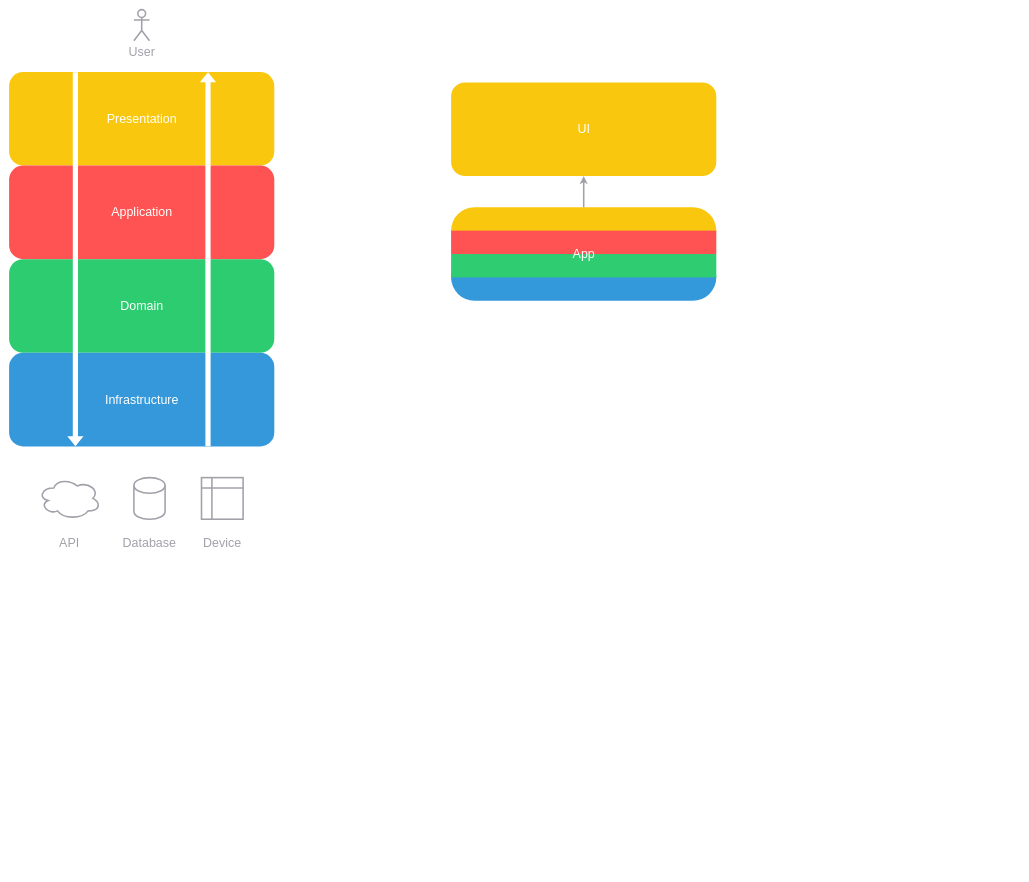
The draw.io diagram docs/assets/docs.drawio in jtdLab/rapid, before the edit. Source tidied: cells renumbered, new cells numbered last; positions are measured from the earlier drawing's top-left corner, leaving out a move shared by most shapes. Both pictures are drawn from the tidied source at 52%, with x=0, y=0 at pixel (9, 9).
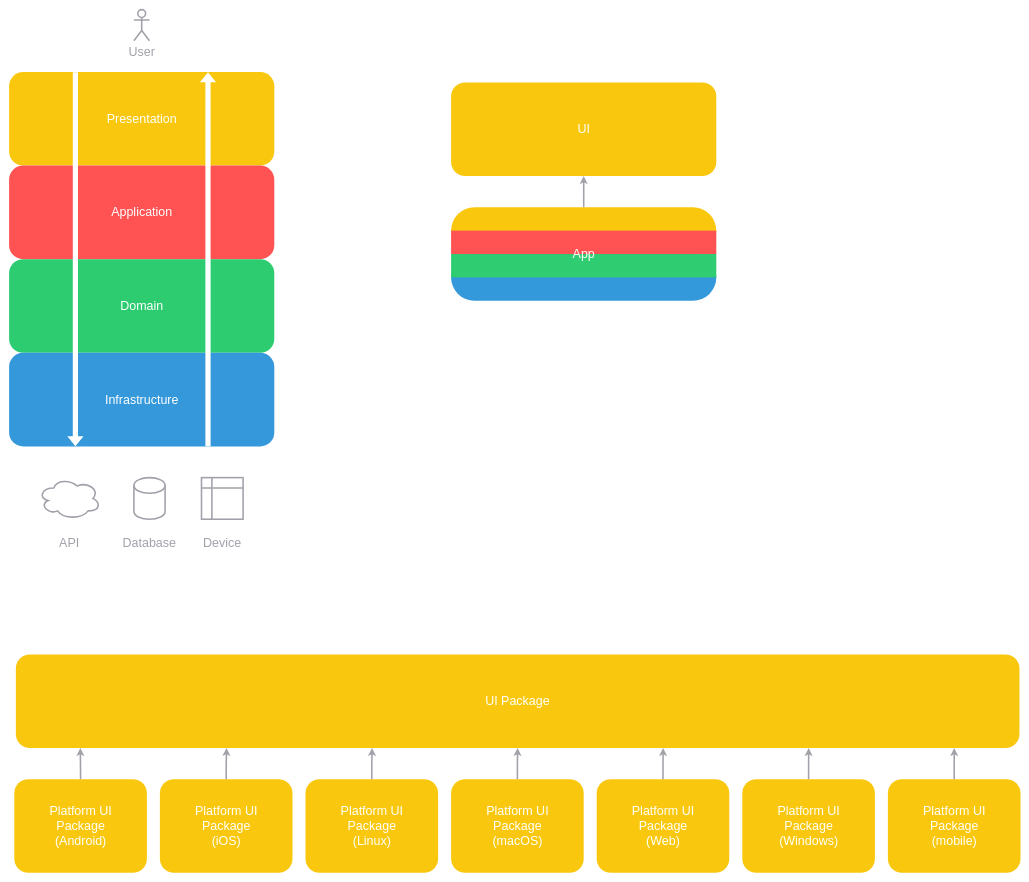
The same page after the edit.

Diff of the diagram source:
```diff
@@
+    <mxCell id="32" style="group;" parent="1" vertex="1">
+      <mxGeometry x="10" y="1240" width="1935" height="420" as="geometry" />
+    </mxCell>
+    <mxCell id="33" style="group;" parent="32" vertex="1">
+      <mxGeometry x="3" width="1930" height="180" as="geometry" />
+    </mxCell>
+    <mxCell id="34" style="rounded=1;whiteSpace=wrap;html=1;fillColor=#F9C80E;strokeColor=none;" parent="33" vertex="1">
+      <mxGeometry width="1930" height="180" as="geometry" />
+    </mxCell>
+    <mxCell id="35" value="&lt;font color=&quot;#ffffff&quot; style=&quot;font-size: 24px;&quot;&gt;UI Package&lt;/font&gt;" style="text;html=1;strokeColor=none;fillColor=none;align=center;verticalAlign=middle;whiteSpace=wrap;rounded=0;" parent="33" vertex="1">
+      <mxGeometry x="652.8" y="75" width="624.4" height="30" as="geometry" />
+    </mxCell>
+    <mxCell id="36" style="group;" parent="32" vertex="1">
+      <mxGeometry y="240" width="255" height="180" as="geometry" />
+    </mxCell>
+    <mxCell id="37" style="rounded=1;whiteSpace=wrap;html=1;fillColor=#F9C80E;strokeColor=none;" parent="36" vertex="1">
+      <mxGeometry width="255" height="180" as="geometry" />
+    </mxCell>
+    <mxCell id="38" value="&lt;font color=&quot;#ffffff&quot; style=&quot;font-size: 24px;&quot;&gt;Platform UI Package (Android)&lt;/font&gt;" style="text;html=1;strokeColor=none;fillColor=none;align=center;verticalAlign=middle;whiteSpace=wrap;rounded=0;" parent="36" vertex="1">
+      <mxGeometry x="55.6" y="75" width="143.8" height="30" as="geometry" />
+    </mxCell>
+    <mxCell id="39" style="group;" parent="32" vertex="1">
+      <mxGeometry x="280" y="240" width="255" height="180" as="geometry" />
+    </mxCell>
+    <mxCell id="40" style="rounded=1;whiteSpace=wrap;html=1;fillColor=#F9C80E;strokeColor=none;" parent="39" vertex="1">
+      <mxGeometry width="255" height="180" as="geometry" />
+    </mxCell>
+    <mxCell id="41" value="&lt;font color=&quot;#ffffff&quot; style=&quot;font-size: 24px;&quot;&gt;Platform UI Package (iOS)&lt;/font&gt;" style="text;html=1;strokeColor=none;fillColor=none;align=center;verticalAlign=middle;whiteSpace=wrap;rounded=0;" parent="39" vertex="1">
+      <mxGeometry x="55.6" y="75" width="143.8" height="30" as="geometry" />
+    </mxCell>
+    <mxCell id="42" style="group;" parent="32" vertex="1">
+      <mxGeometry x="560" y="240" width="255" height="180" as="geometry" />
+    </mxCell>
+    <mxCell id="43" style="rounded=1;whiteSpace=wrap;html=1;fillColor=#F9C80E;strokeColor=none;" parent="42" vertex="1">
+      <mxGeometry width="255" height="180" as="geometry" />
+    </mxCell>
+    <mxCell id="44" value="&lt;font color=&quot;#ffffff&quot; style=&quot;font-size: 24px;&quot;&gt;Platform UI Package (Linux)&lt;/font&gt;" style="text;html=1;strokeColor=none;fillColor=none;align=center;verticalAlign=middle;whiteSpace=wrap;rounded=0;" parent="42" vertex="1">
+      <mxGeometry x="55.6" y="75" width="143.8" height="30" as="geometry" />
+    </mxCell>
+    <mxCell id="45" style="group;" parent="32" vertex="1">
+      <mxGeometry x="840" y="240" width="255" height="180" as="geometry" />
+    </mxCell>
+    <mxCell id="46" style="rounded=1;whiteSpace=wrap;html=1;fillColor=#F9C80E;strokeColor=none;" parent="45" vertex="1">
+      <mxGeometry width="255" height="180" as="geometry" />
+    </mxCell>
+    <mxCell id="47" value="&lt;font color=&quot;#ffffff&quot; style=&quot;font-size: 24px;&quot;&gt;Platform UI Package (macOS)&lt;/font&gt;" style="text;html=1;strokeColor=none;fillColor=none;align=center;verticalAlign=middle;whiteSpace=wrap;rounded=0;" parent="45" vertex="1">
+      <mxGeometry x="55.6" y="75" width="143.8" height="30" as="geometry" />
+    </mxCell>
+    <mxCell id="48" style="group;" parent="32" vertex="1">
+      <mxGeometry x="1120" y="240" width="255" height="180" as="geometry" />
+    </mxCell>
+    <mxCell id="49" style="rounded=1;whiteSpace=wrap;html=1;fillColor=#F9C80E;strokeColor=none;" parent="48" vertex="1">
+      <mxGeometry width="255" height="180" as="geometry" />
+    </mxCell>
+    <mxCell id="50" value="&lt;font color=&quot;#ffffff&quot; style=&quot;font-size: 24px;&quot;&gt;Platform UI Package (Web)&lt;/font&gt;" style="text;html=1;strokeColor=none;fillColor=none;align=center;verticalAlign=middle;whiteSpace=wrap;rounded=0;" parent="48" vertex="1">
+      <mxGeometry x="55.6" y="75" width="143.8" height="30" as="geometry" />
+    </mxCell>
+    <mxCell id="51" style="group;" parent="32" vertex="1">
+      <mxGeometry x="1400" y="240" width="255" height="180" as="geometry" />
+    </mxCell>
+    <mxCell id="52" style="rounded=1;whiteSpace=wrap;html=1;fillColor=#F9C80E;strokeColor=none;" parent="51" vertex="1">
+      <mxGeometry width="255" height="180" as="geometry" />
+    </mxCell>
+    <mxCell id="53" value="&lt;font color=&quot;#ffffff&quot; style=&quot;font-size: 24px;&quot;&gt;Platform UI Package (Windows)&lt;/font&gt;" style="text;html=1;strokeColor=none;fillColor=none;align=center;verticalAlign=middle;whiteSpace=wrap;rounded=0;" parent="51" vertex="1">
+      <mxGeometry x="55.6" y="75" width="143.8" height="30" as="geometry" />
+    </mxCell>
+    <mxCell id="54" style="group;" parent="32" vertex="1">
+      <mxGeometry x="1680" y="240" width="255" height="180" as="geometry" />
+    </mxCell>
+    <mxCell id="55" style="rounded=1;whiteSpace=wrap;html=1;fillColor=#F9C80E;strokeColor=none;" parent="54" vertex="1">
+      <mxGeometry width="255" height="180" as="geometry" />
+    </mxCell>
+    <mxCell id="56" value="&lt;font color=&quot;#ffffff&quot; style=&quot;font-size: 24px;&quot;&gt;Platform UI Package (mobile)&lt;/font&gt;" style="text;html=1;strokeColor=none;fillColor=none;align=center;verticalAlign=middle;whiteSpace=wrap;rounded=0;" parent="54" vertex="1">
+      <mxGeometry x="55.6" y="75" width="143.8" height="30" as="geometry" />
+    </mxCell>
+    <mxCell id="57" style="edgeStyle=orthogonalEdgeStyle;rounded=0;jettySize=auto;html=1;exitX=0.5;exitY=0;exitDx=0;exitDy=0;strokeWidth=3;strokeColor=#A1A1AA;" parent="32" edge="1" source="37">
+      <mxGeometry relative="1" as="geometry">
+        <mxPoint x="127" y="180" as="targetPoint" />
+      </mxGeometry>
+    </mxCell>
+    <mxCell id="58" style="edgeStyle=orthogonalEdgeStyle;rounded=0;jettySize=auto;html=1;exitX=0.5;exitY=0;exitDx=0;exitDy=0;entryX=0.21;entryY=1;entryDx=0;entryDy=0;entryPerimeter=0;strokeWidth=3;strokeColor=#A1A1AA;" parent="32" edge="1" source="40" target="34">
+      <mxGeometry relative="1" as="geometry" />
+    </mxCell>
+    <mxCell id="59" style="edgeStyle=orthogonalEdgeStyle;rounded=0;jettySize=auto;html=1;exitX=0.5;exitY=0;exitDx=0;exitDy=0;entryX=0.355;entryY=1;entryDx=0;entryDy=0;entryPerimeter=0;strokeWidth=3;strokeColor=#A1A1AA;" parent="32" edge="1" source="43" target="34">
+      <mxGeometry relative="1" as="geometry" />
+    </mxCell>
+    <mxCell id="60" style="edgeStyle=orthogonalEdgeStyle;rounded=0;jettySize=auto;html=1;exitX=0.5;exitY=0;exitDx=0;exitDy=0;entryX=0.5;entryY=1;entryDx=0;entryDy=0;strokeWidth=3;strokeColor=#A1A1AA;" parent="32" edge="1" source="46" target="34">
+      <mxGeometry relative="1" as="geometry" />
+    </mxCell>
+    <mxCell id="61" style="edgeStyle=orthogonalEdgeStyle;rounded=0;jettySize=auto;html=1;exitX=0.5;exitY=0;exitDx=0;exitDy=0;entryX=0.79;entryY=1;entryDx=0;entryDy=0;entryPerimeter=0;strokeWidth=3;strokeColor=#A1A1AA;" parent="32" edge="1" source="52" target="34">
+      <mxGeometry relative="1" as="geometry" />
+    </mxCell>
+    <mxCell id="62" style="edgeStyle=orthogonalEdgeStyle;rounded=0;jettySize=auto;html=1;exitX=0.5;exitY=0;exitDx=0;exitDy=0;entryX=0.935;entryY=1;entryDx=0;entryDy=0;entryPerimeter=0;strokeWidth=3;strokeColor=#A1A1AA;" parent="32" edge="1" source="55" target="34">
+      <mxGeometry relative="1" as="geometry" />
+    </mxCell>
+    <mxCell id="63" style="edgeStyle=orthogonalEdgeStyle;rounded=0;jettySize=auto;html=1;exitX=0.5;exitY=0;exitDx=0;exitDy=0;entryX=0.645;entryY=1;entryDx=0;entryDy=0;entryPerimeter=0;strokeWidth=3;strokeColor=#A1A1AA;" parent="32" edge="1" source="49" target="34">
+      <mxGeometry relative="1" as="geometry" />
+    </mxCell>
```
